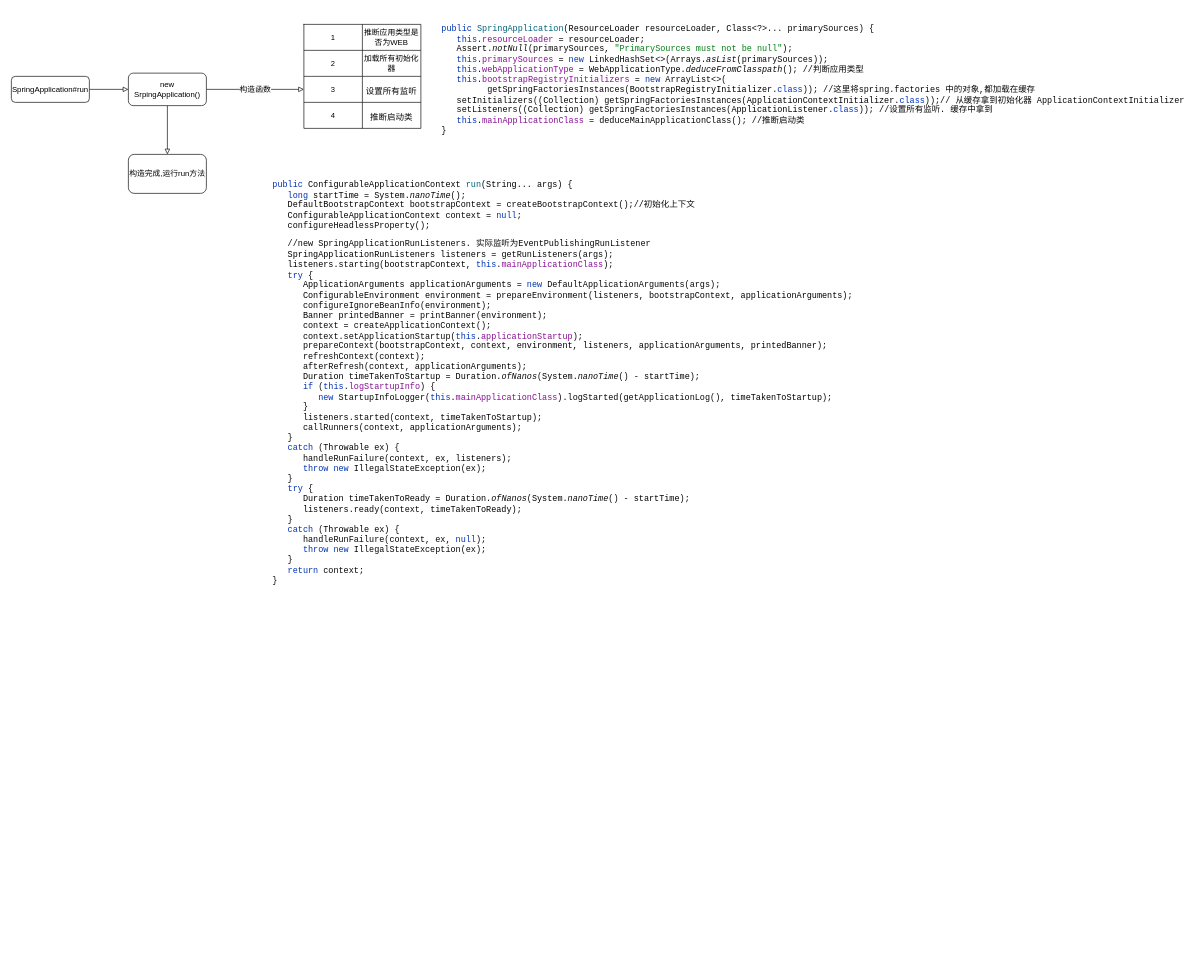
The draw.io diagram spring/spring 初始化流程.drawio in springcloud-boot/perfect-java, before the edit. Source tidied: cells renumbered, new cells numbered last; positions are measured from the earlier drawing's top-left corner, leaving out a move shared by most shapes. Both pictures are drawn from the tidied source at 65%, with x=0, y=0 at pixel (11, 11).
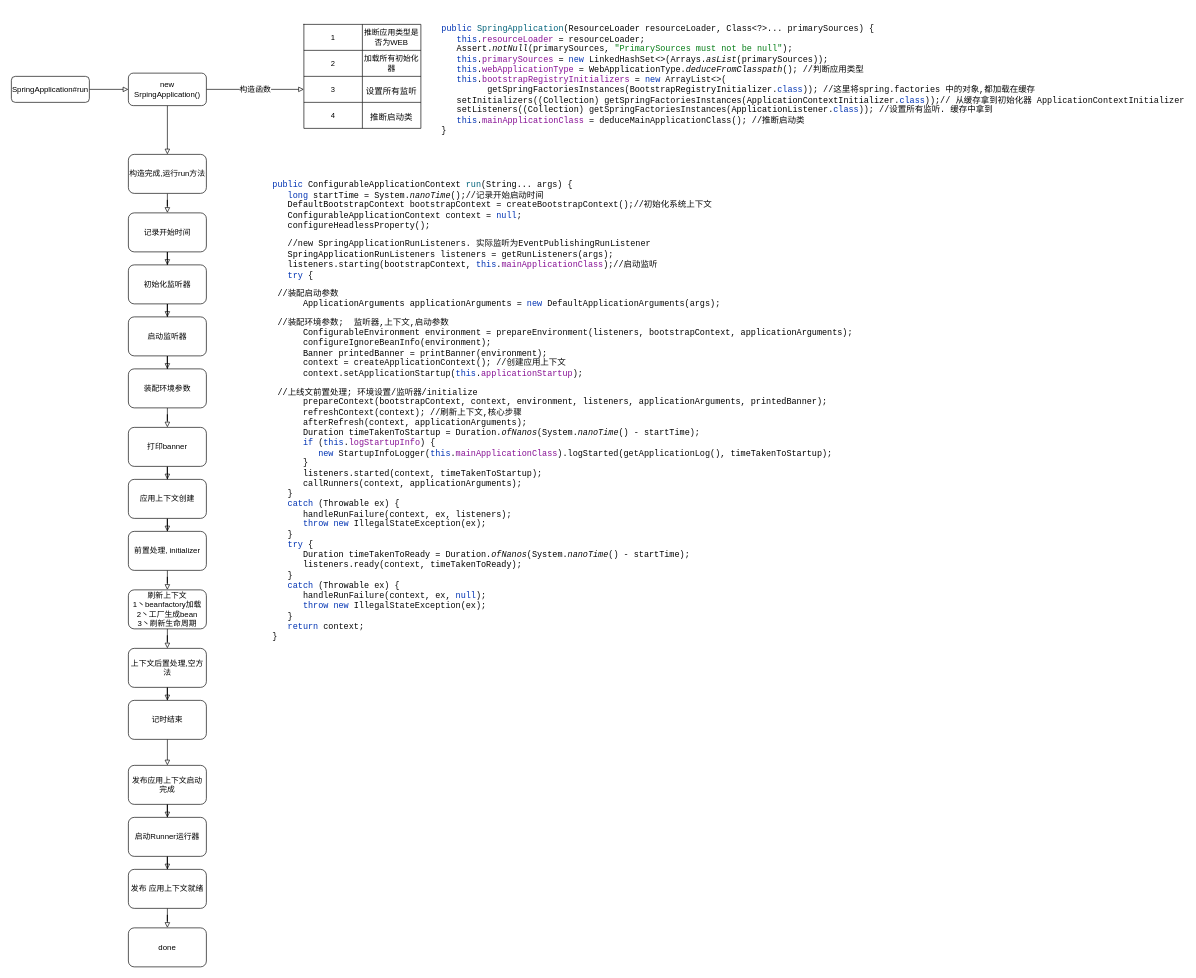
The same page after the edit.

Commit message:
更新spring 初始化流程.drawio

The change refers to these unchanged cells:
```xml
<mxCell id="21" value="构造完成,运行run方法" style="rounded=1;whiteSpace=wrap;html=1;fontFamily=Helvetica;fontSize=12;fontColor=default;strokeColor=default;fillColor=default;" parent="1" vertex="1">
  <mxGeometry x="180" y="220" width="120" height="60" as="geometry" />
</mxCell>
```

Change to the diagram source:
```diff
@@
+    <mxCell id="23" style="edgeStyle=orthogonalEdgeStyle;rounded=0;jettySize=auto;html=1;fontFamily=Helvetica;fontSize=12;fontColor=default;endArrow=block;endFill=0;" parent="1" edge="1" source="21" target="25">
+      <mxGeometry relative="1" as="geometry" />
+    </mxCell>
@@
-    <mxCell id="22" value="&lt;pre style=&quot;background-color:#ffffff;color:#080808;font-family:'JetBrains Mono',monospace;font-size:9.8pt;&quot;&gt;&lt;span style=&quot;color:#0033b3;&quot;&gt;public &lt;/span&gt;&lt;span style=&quot;color:#000000;&quot;&gt;ConfigurableApplicationContext &lt;/span&gt;&lt;span style=&quot;color:#00627a;&quot;&gt;run&lt;/span&gt;(&lt;span style=&quot;color:#000000;&quot;&gt;String&lt;/span&gt;... args) {&lt;br&gt;   &lt;span style=&quot;color:#0033b3;&quot;&gt;long &lt;/span&gt;&lt;span style=&quot;color:#000000;&quot;&gt;startTime &lt;/span&gt;= &lt;span style=&quot;color:#000000;&quot;&gt;System&lt;/span&gt;.&lt;span style=&quot;font-style:italic;&quot;&gt;nanoTime&lt;/span&gt;();&lt;br&gt;   &lt;span style=&quot;color:#000000;&quot;&gt;DefaultBootstrapContext bootstrapContext &lt;/span&gt;= createBootstrapContext();//初始化上下文&lt;br&gt;   &lt;span style=&quot;color:#000000;&quot;&gt;ConfigurableApplicationContext &lt;/span&gt;context = &lt;span style=&quot;color:#0033b3;&quot;&gt;null&lt;/span&gt;;&lt;br&gt;   configureHeadlessProperty();&lt;/pre&gt;&lt;pre style=&quot;background-color:#ffffff;color:#080808;font-family:'JetBrains Mono',monospace;font-size:9.8pt;&quot;&gt;   //new SpringApplicationRunListeners. 实际监听为EventPublishingRunListener&lt;br&gt;   &lt;span style=&quot;color:#000000;&quot;&gt;SpringApplicationRunListeners listeners &lt;/span&gt;= getRunListeners(args);&lt;br&gt;   &lt;span style=&quot;color:#000000;&quot;&gt;listeners&lt;/span&gt;.starting(&lt;span style=&quot;color:#000000;&quot;&gt;bootstrapContext&lt;/span&gt;, &lt;span style=&quot;color:#0033b3;&quot;&gt;this&lt;/span&gt;.&lt;span style=&quot;color:#871094;&quot;&gt;mainApplicationClass&lt;/span&gt;);&lt;br&gt;   &lt;span style=&quot;color:#0033b3;&quot;&gt;try &lt;/span&gt;{&lt;br&gt;      &lt;span style=&quot;color:#000000;&quot;&gt;ApplicationArguments applicationArguments &lt;/span&gt;= &lt;span style=&quot;color:#0033b3;&quot;&gt;new &lt;/span&gt;DefaultApplicationArguments(args);&lt;br&gt;      &lt;span style=&quot;color:#000000;&quot;&gt;ConfigurableEnvironment environment &lt;/span&gt;= prepareEnvironment(&lt;span style=&quot;color:#000000;&quot;&gt;listeners&lt;/span&gt;, &lt;span style=&quot;color:#000000;&quot;&gt;bootstrapContext&lt;/span&gt;, &lt;span style=&quot;color:#000000;&quot;&gt;applicationArguments&lt;/span&gt;);&lt;br&gt;      configureIgnoreBeanInfo(&lt;span style=&quot;color:#000000;&quot;&gt;environment&lt;/span&gt;);&lt;br&gt;      &lt;span style=&quot;color:#000000;&quot;&gt;Banner printedBanner &lt;/span&gt;= printBanner(&lt;span style=&quot;color:#000000;&quot;&gt;environment&lt;/span&gt;);&lt;br&gt;      context = createApplicationContext();&lt;br&gt;      context.setApplicationStartup(&lt;span style=&quot;color:#0033b3;&quot;&gt;this&lt;/span&gt;.&lt;span style=&quot;color:#871094;&quot;&gt;applicationStartup&lt;/span&gt;);&lt;br&gt;      prepareContext(&lt;span style=&quot;color:#000000;&quot;&gt;bootstrapContext&lt;/span&gt;, context, &lt;span style=&quot;color:#000000;&quot;&gt;environment&lt;/span&gt;, &lt;span style=&quot;color:#000000;&quot;&gt;listeners&lt;/span&gt;, &lt;span style=&quot;color:#000000;&quot;&gt;applicationArguments&lt;/span&gt;, &lt;span style=&quot;color:#000000;&quot;&gt;printedBanner&lt;/span&gt;);&lt;br&gt;      refreshContext(context);&lt;br&gt;      afterRefresh(context, &lt;span style=&quot;color:#000000;&quot;&gt;applicationArguments&lt;/span&gt;);&lt;br&gt;      &lt;span style=&quot;color:#000000;&quot;&gt;Duration timeTakenToStartup &lt;/span&gt;= &lt;span style=&quot;color:#000000;&quot;&gt;Duration&lt;/span&gt;.&lt;span style=&quot;font-style:italic;&quot;&gt;ofNanos&lt;/span&gt;(&lt;span style=&quot;color:#000000;&quot;&gt;System&lt;/span&gt;.&lt;span style=&quot;font-style:italic;&quot;&gt;nanoTime&lt;/span&gt;() - &lt;span style=&quot;color:#000000;&quot;&gt;startTime&lt;/span&gt;);&lt;br&gt;      &lt;span style=&quot;color:#0033b3;&quot;&gt;if &lt;/span&gt;(&lt;span style=&quot;color:#0033b3;&quot;&gt;this&lt;/span&gt;.&lt;span style=&quot;color:#871094;&quot;&gt;logStartupInfo&lt;/span&gt;) {&lt;br&gt;         &lt;span style=&quot;color:#0033b3;&quot;&gt;new &lt;/span&gt;StartupInfoLogger(&lt;span style=&quot;color:#0033b3;&quot;&gt;this&lt;/span&gt;.&lt;span style=&quot;color:#871094;&quot;&gt;mainApplicationClass&lt;/span&gt;).logStarted(getApplicationLog(), &lt;span style=&quot;color:#000000;&quot;&gt;timeTakenToStartup&lt;/span&gt;);&lt;br&gt;      }&lt;br&gt;      &lt;span style=&quot;color:#000000;&quot;&gt;listeners&lt;/span&gt;.started(context, &lt;span style=&quot;color:#000000;&quot;&gt;timeTakenToStartup&lt;/span&gt;);&lt;br&gt;      callRunners(context, &lt;span style=&quot;color:#000000;&quot;&gt;applicationArguments&lt;/span&gt;);&lt;br&gt;   }&lt;br&gt;   &lt;span style=&quot;color:#0033b3;&quot;&gt;catch &lt;/span&gt;(&lt;span style=&quot;color:#000000;&quot;&gt;Throwable &lt;/span&gt;ex) {&lt;br&gt;      handleRunFailure(context, ex, &lt;span style=&quot;color:#000000;&quot;&gt;listeners&lt;/span&gt;);&lt;br&gt;      &lt;span style=&quot;color:#0033b3;&quot;&gt;throw new &lt;/span&gt;IllegalStateException(ex);&lt;br&gt;   }&lt;br&gt;   &lt;span style=&quot;color:#0033b3;&quot;&gt;try &lt;/span&gt;{&lt;br&gt;      &lt;span style=&quot;color:#000000;&quot;&gt;Duration timeTakenToReady &lt;/span&gt;= &lt;span style=&quot;color:#000000;&quot;&gt;Duration&lt;/span&gt;.&lt;span style=&quot;font-style:italic;&quot;&gt;ofNanos&lt;/span&gt;(&lt;span style=&quot;color:#000000;&quot;&gt;System&lt;/span&gt;.&lt;span style=&quot;font-style:italic;&quot;&gt;nanoTime&lt;/span&gt;() - &lt;span style=&quot;color:#000000;&quot;&gt;startTime&lt;/span&gt;);&lt;br&gt;      &lt;span style=&quot;color:#000000;&quot;&gt;listeners&lt;/span&gt;.ready(context, &lt;span style=&quot;color:#000000;&quot;&gt;timeTakenToReady&lt;/span&gt;);&lt;br&gt;   }&lt;br&gt;   &lt;span style=&quot;color:#0033b3;&quot;&gt;catch &lt;/span&gt;(&lt;span style=&quot;color:#000000;&quot;&gt;Throwable &lt;/span&gt;ex) {&lt;br&gt;      handleRunFailure(context, ex, &lt;span style=&quot;color:#0033b3;&quot;&gt;null&lt;/span&gt;);&lt;br&gt;      &lt;span style=&quot;color:#0033b3;&quot;&gt;throw new &lt;/span&gt;IllegalStateException(ex);&lt;br&gt;   }&lt;br&gt;   &lt;span style=&quot;color:#0033b3;&quot;&gt;return &lt;/span&gt;context;&lt;br&gt;}&lt;/pre&gt;" style="text;whiteSpace=wrap;html=1;fontSize=12;fontFamily=Helvetica;fontColor=default;" parent="1" vertex="1">
+    <mxCell id="22" value="&lt;pre style=&quot;background-color:#ffffff;color:#080808;font-family:'JetBrains Mono',monospace;font-size:9.8pt;&quot;&gt;&lt;span style=&quot;color:#0033b3;&quot;&gt;public &lt;/span&gt;&lt;span style=&quot;color:#000000;&quot;&gt;ConfigurableApplicationContext &lt;/span&gt;&lt;span style=&quot;color:#00627a;&quot;&gt;run&lt;/span&gt;(&lt;span style=&quot;color:#000000;&quot;&gt;String&lt;/span&gt;... args) {&lt;br&gt;   &lt;span style=&quot;color:#0033b3;&quot;&gt;long &lt;/span&gt;&lt;span style=&quot;color:#000000;&quot;&gt;startTime &lt;/span&gt;= &lt;span style=&quot;color:#000000;&quot;&gt;System&lt;/span&gt;.&lt;span style=&quot;font-style:italic;&quot;&gt;nanoTime&lt;/span&gt;();//记录开始启动时间&lt;br&gt;   &lt;span style=&quot;color:#000000;&quot;&gt;DefaultBootstrapContext bootstrapContext &lt;/span&gt;= createBootstrapContext();//初始化系统上下文&lt;br&gt;   &lt;span style=&quot;color:#000000;&quot;&gt;ConfigurableApplicationContext &lt;/span&gt;context = &lt;span style=&quot;color:#0033b3;&quot;&gt;null&lt;/span&gt;;&lt;br&gt;   configureHeadlessProperty();&lt;/pre&gt;&lt;pre style=&quot;background-color:#ffffff;color:#080808;font-family:'JetBrains Mono',monospace;font-size:9.8pt;&quot;&gt;   //new SpringApplicationRunListeners. 实际监听为EventPublishingRunListener&lt;br&gt;   &lt;span style=&quot;color:#000000;&quot;&gt;SpringApplicationRunListeners listeners &lt;/span&gt;= getRunListeners(args);&lt;br&gt;   &lt;span style=&quot;color:#000000;&quot;&gt;listeners&lt;/span&gt;.starting(&lt;span style=&quot;color:#000000;&quot;&gt;bootstrapContext&lt;/span&gt;, &lt;span style=&quot;color:#0033b3;&quot;&gt;this&lt;/span&gt;.&lt;span style=&quot;color:#871094;&quot;&gt;mainApplicationClass&lt;/span&gt;);//启动监听&lt;br&gt;   &lt;span style=&quot;color:#0033b3;&quot;&gt;try &lt;/span&gt;{&lt;/pre&gt;&lt;pre style=&quot;background-color:#ffffff;color:#080808;font-family:'JetBrains Mono',monospace;font-size:9.8pt;&quot;&gt;&lt;span style=&quot;white-space: pre;&quot;&gt; &lt;/span&gt;//装配启动参数&lt;br&gt;      &lt;span style=&quot;color:#000000;&quot;&gt;ApplicationArguments applicationArguments &lt;/span&gt;= &lt;span style=&quot;color:#0033b3;&quot;&gt;new &lt;/span&gt;DefaultApplicationArguments(args);&lt;/pre&gt;&lt;pre style=&quot;background-color:#ffffff;color:#080808;font-family:'JetBrains Mono',monospace;font-size:9.8pt;&quot;&gt;&lt;span style=&quot;white-space: pre;&quot;&gt; &lt;/span&gt;//装配环境参数;  监听器,上下文,启动参数&lt;br&gt;      &lt;span style=&quot;color:#000000;&quot;&gt;ConfigurableEnvironment environment &lt;/span&gt;= prepareEnvironment(&lt;span style=&quot;color:#000000;&quot;&gt;listeners&lt;/span&gt;, &lt;span style=&quot;color:#000000;&quot;&gt;bootstrapContext&lt;/span&gt;, &lt;span style=&quot;color:#000000;&quot;&gt;applicationArguments&lt;/span&gt;);&lt;br&gt;      configureIgnoreBeanInfo(&lt;span style=&quot;color:#000000;&quot;&gt;environment&lt;/span&gt;);&lt;br&gt;      &lt;span style=&quot;color:#000000;&quot;&gt;Banner printedBanner &lt;/span&gt;= printBanner(&lt;span style=&quot;color:#000000;&quot;&gt;environment&lt;/span&gt;);&lt;br&gt;      context = createApplicationContext(); //创建应用上下文&lt;br&gt;      context.setApplicationStartup(&lt;span style=&quot;color:#0033b3;&quot;&gt;this&lt;/span&gt;.&lt;span style=&quot;color:#871094;&quot;&gt;applicationStartup&lt;/span&gt;);&lt;/pre&gt;&lt;pre style=&quot;background-color:#ffffff;color:#080808;font-family:'JetBrains Mono',monospace;font-size:9.8pt;&quot;&gt;&lt;span style=&quot;white-space: pre;&quot;&gt; &lt;/span&gt;//上线文前置处理; 环境设置/监听器/initialize&lt;br&gt;      prepareContext(&lt;span style=&quot;color:#000000;&quot;&gt;bootstrapContext&lt;/span&gt;, context, &lt;span style=&quot;color:#000000;&quot;&gt;environment&lt;/span&gt;, &lt;span style=&quot;color:#000000;&quot;&gt;listeners&lt;/span&gt;, &lt;span style=&quot;color:#000000;&quot;&gt;applicationArguments&lt;/span&gt;, &lt;span style=&quot;color:#000000;&quot;&gt;printedBanner&lt;/span&gt;);&lt;br&gt;      refreshContext(context); //刷新上下文,核心步骤&lt;br&gt;      afterRefresh(context, &lt;span style=&quot;color:#000000;&quot;&gt;applicationArguments&lt;/span&gt;);&lt;br&gt;      &lt;span style=&quot;color:#000000;&quot;&gt;Duration timeTakenToStartup &lt;/span&gt;= &lt;span style=&quot;color:#000000;&quot;&gt;Duration&lt;/span&gt;.&lt;span style=&quot;font-style:italic;&quot;&gt;ofNanos&lt;/span&gt;(&lt;span style=&quot;color:#000000;&quot;&gt;System&lt;/span&gt;.&lt;span style=&quot;font-style:italic;&quot;&gt;nanoTime&lt;/span&gt;() - &lt;span style=&quot;color:#000000;&quot;&gt;startTime&lt;/span&gt;);&lt;br&gt;      &lt;span style=&quot;color:#0033b3;&quot;&gt;if &lt;/span&gt;(&lt;span style=&quot;color:#0033b3;&quot;&gt;this&lt;/span&gt;.&lt;span style=&quot;color:#871094;&quot;&gt;logStartupInfo&lt;/span&gt;) {&lt;br&gt;         &lt;span style=&quot;color:#0033b3;&quot;&gt;new &lt;/span&gt;StartupInfoLogger(&lt;span style=&quot;color:#0033b3;&quot;&gt;this&lt;/span&gt;.&lt;span style=&quot;color:#871094;&quot;&gt;mainApplicationClass&lt;/span&gt;).logStarted(getApplicationLog(), &lt;span style=&quot;color:#000000;&quot;&gt;timeTakenToStartup&lt;/span&gt;);&lt;br&gt;      }&lt;br&gt;      &lt;span style=&quot;color:#000000;&quot;&gt;listeners&lt;/span&gt;.started(context, &lt;span style=&quot;color:#000000;&quot;&gt;timeTakenToStartup&lt;/span&gt;);&lt;br&gt;      callRunners(context, &lt;span style=&quot;color:#000000;&quot;&gt;applicationArguments&lt;/span&gt;);&lt;br&gt;   }&lt;br&gt;   &lt;span style=&quot;color:#0033b3;&quot;&gt;catch &lt;/span&gt;(&lt;span style=&quot;color:#000000;&quot;&gt;Throwable &lt;/span&gt;ex) {&lt;br&gt;      handleRunFailure(context, ex, &lt;span style=&quot;color:#000000;&quot;&gt;listeners&lt;/span&gt;);&lt;br&gt;      &lt;span style=&quot;color:#0033b3;&quot;&gt;throw new &lt;/span&gt;IllegalStateException(ex);&lt;br&gt;   }&lt;br&gt;   &lt;span style=&quot;color:#0033b3;&quot;&gt;try &lt;/span&gt;{&lt;br&gt;      &lt;span style=&quot;color:#000000;&quot;&gt;Duration timeTakenToReady &lt;/span&gt;= &lt;span style=&quot;color:#000000;&quot;&gt;Duration&lt;/span&gt;.&lt;span style=&quot;font-style:italic;&quot;&gt;ofNanos&lt;/span&gt;(&lt;span style=&quot;color:#000000;&quot;&gt;System&lt;/span&gt;.&lt;span style=&quot;font-style:italic;&quot;&gt;nanoTime&lt;/span&gt;() - &lt;span style=&quot;color:#000000;&quot;&gt;startTime&lt;/span&gt;);&lt;br&gt;      &lt;span style=&quot;color:#000000;&quot;&gt;listeners&lt;/span&gt;.ready(context, &lt;span style=&quot;color:#000000;&quot;&gt;timeTakenToReady&lt;/span&gt;);&lt;br&gt;   }&lt;br&gt;   &lt;span style=&quot;color:#0033b3;&quot;&gt;catch &lt;/span&gt;(&lt;span style=&quot;color:#000000;&quot;&gt;Throwable &lt;/span&gt;ex) {&lt;br&gt;      handleRunFailure(context, ex, &lt;span style=&quot;color:#0033b3;&quot;&gt;null&lt;/span&gt;);&lt;br&gt;      &lt;span style=&quot;color:#0033b3;&quot;&gt;throw new &lt;/span&gt;IllegalStateException(ex);&lt;br&gt;   }&lt;br&gt;   &lt;span style=&quot;color:#0033b3;&quot;&gt;return &lt;/span&gt;context;&lt;br&gt;}&lt;/pre&gt;" style="text;whiteSpace=wrap;html=1;fontSize=12;fontFamily=Helvetica;fontColor=default;" parent="1" vertex="1">
       <mxGeometry x="400" y="240" width="560" height="650" as="geometry" />
     </mxCell>
+    <mxCell id="24" style="edgeStyle=orthogonalEdgeStyle;rounded=0;jettySize=auto;html=1;fontFamily=Helvetica;fontSize=12;fontColor=default;endArrow=block;endFill=0;" parent="1" edge="1" source="25" target="27">
+      <mxGeometry relative="1" as="geometry" />
+    </mxCell>
+    <mxCell id="25" value="记录开始时间" style="rounded=1;whiteSpace=wrap;html=1;fontFamily=Helvetica;fontSize=12;fontColor=default;strokeColor=default;fillColor=default;" parent="1" vertex="1">
+      <mxGeometry x="180" y="310" width="120" height="60" as="geometry" />
+    </mxCell>
+    <mxCell id="26" style="edgeStyle=orthogonalEdgeStyle;rounded=0;jettySize=auto;html=1;fontFamily=Helvetica;fontSize=12;fontColor=default;endArrow=block;endFill=0;" parent="1" edge="1" source="27" target="29">
+      <mxGeometry relative="1" as="geometry" />
+    </mxCell>
+    <mxCell id="27" value="初始化监听器" style="rounded=1;whiteSpace=wrap;html=1;fontFamily=Helvetica;fontSize=12;fontColor=default;strokeColor=default;fillColor=default;" parent="1" vertex="1">
+      <mxGeometry x="180" y="390" width="120" height="60" as="geometry" />
+    </mxCell>
+    <mxCell id="28" style="edgeStyle=orthogonalEdgeStyle;rounded=0;jettySize=auto;html=1;fontFamily=Helvetica;fontSize=12;fontColor=default;endArrow=block;endFill=0;" parent="1" edge="1" source="29" target="31">
+      <mxGeometry relative="1" as="geometry" />
+    </mxCell>
+    <mxCell id="29" value="启动监听器" style="rounded=1;whiteSpace=wrap;html=1;fontFamily=Helvetica;fontSize=12;fontColor=default;strokeColor=default;fillColor=default;" parent="1" vertex="1">
+      <mxGeometry x="180" y="470" width="120" height="60" as="geometry" />
+    </mxCell>
+    <mxCell id="30" style="edgeStyle=orthogonalEdgeStyle;rounded=0;jettySize=auto;html=1;fontFamily=Helvetica;fontSize=12;fontColor=default;endArrow=block;endFill=0;" parent="1" edge="1" source="31" target="33">
+      <mxGeometry relative="1" as="geometry" />
+    </mxCell>
+    <mxCell id="31" value="装配环境参数" style="rounded=1;whiteSpace=wrap;html=1;fontFamily=Helvetica;fontSize=12;fontColor=default;strokeColor=default;fillColor=default;" parent="1" vertex="1">
+      <mxGeometry x="180" y="550" width="120" height="60" as="geometry" />
+    </mxCell>
+    <mxCell id="32" style="edgeStyle=orthogonalEdgeStyle;rounded=0;jettySize=auto;html=1;fontFamily=Helvetica;fontSize=12;fontColor=default;endArrow=block;endFill=0;" parent="1" edge="1" source="33" target="35">
+      <mxGeometry relative="1" as="geometry" />
+    </mxCell>
+    <mxCell id="33" value="打印banner" style="rounded=1;whiteSpace=wrap;html=1;fontFamily=Helvetica;fontSize=12;fontColor=default;strokeColor=default;fillColor=default;" parent="1" vertex="1">
+      <mxGeometry x="180" y="640" width="120" height="60" as="geometry" />
+    </mxCell>
+    <mxCell id="34" style="edgeStyle=orthogonalEdgeStyle;rounded=0;jettySize=auto;html=1;fontFamily=Helvetica;fontSize=12;fontColor=default;endArrow=block;endFill=0;" parent="1" edge="1" source="35" target="37">
+      <mxGeometry relative="1" as="geometry" />
+    </mxCell>
+    <mxCell id="35" value="应用上下文创建" style="rounded=1;whiteSpace=wrap;html=1;fontFamily=Helvetica;fontSize=12;fontColor=default;strokeColor=default;fillColor=default;" parent="1" vertex="1">
+      <mxGeometry x="180" y="720" width="120" height="60" as="geometry" />
+    </mxCell>
+    <mxCell id="36" style="edgeStyle=orthogonalEdgeStyle;rounded=0;jettySize=auto;html=1;fontFamily=Helvetica;fontSize=12;fontColor=default;endArrow=block;endFill=0;" parent="1" edge="1" source="37" target="39">
+      <mxGeometry relative="1" as="geometry" />
+    </mxCell>
+    <mxCell id="37" value="前置处理, initializer" style="rounded=1;whiteSpace=wrap;html=1;fontFamily=Helvetica;fontSize=12;fontColor=default;strokeColor=default;fillColor=default;" parent="1" vertex="1">
+      <mxGeometry x="180" y="800" width="120" height="60" as="geometry" />
+    </mxCell>
+    <mxCell id="38" style="edgeStyle=orthogonalEdgeStyle;rounded=0;jettySize=auto;html=1;fontFamily=Helvetica;fontSize=12;fontColor=default;endArrow=block;endFill=0;" parent="1" edge="1" source="39" target="41">
+      <mxGeometry relative="1" as="geometry" />
+    </mxCell>
+    <mxCell id="39" value="刷新上下文&lt;br&gt;1丶beanfactory加载&lt;br&gt;2丶工厂生成bean&lt;br&gt;3丶刷新生命周期" style="rounded=1;whiteSpace=wrap;html=1;fontFamily=Helvetica;fontSize=12;fontColor=default;strokeColor=default;fillColor=default;" parent="1" vertex="1">
+      <mxGeometry x="180" y="890" width="120" height="60" as="geometry" />
+    </mxCell>
+    <mxCell id="40" style="edgeStyle=orthogonalEdgeStyle;rounded=0;jettySize=auto;html=1;fontFamily=Helvetica;fontSize=12;fontColor=default;endArrow=block;endFill=0;" parent="1" edge="1" source="41" target="43">
+      <mxGeometry relative="1" as="geometry" />
+    </mxCell>
+    <mxCell id="41" value="上下文后置处理,空方法" style="rounded=1;whiteSpace=wrap;html=1;fontFamily=Helvetica;fontSize=12;fontColor=default;strokeColor=default;fillColor=default;" parent="1" vertex="1">
+      <mxGeometry x="180" y="980" width="120" height="60" as="geometry" />
+    </mxCell>
+    <mxCell id="42" style="edgeStyle=orthogonalEdgeStyle;rounded=0;jettySize=auto;html=1;fontFamily=Helvetica;fontSize=12;fontColor=default;endArrow=block;endFill=0;" parent="1" edge="1" source="43" target="45">
+      <mxGeometry relative="1" as="geometry" />
+    </mxCell>
+    <mxCell id="43" value="记时结束" style="rounded=1;whiteSpace=wrap;html=1;fontFamily=Helvetica;fontSize=12;fontColor=default;strokeColor=default;fillColor=default;" parent="1" vertex="1">
+      <mxGeometry x="180" y="1060" width="120" height="60" as="geometry" />
+    </mxCell>
+    <mxCell id="44" style="edgeStyle=orthogonalEdgeStyle;rounded=0;jettySize=auto;html=1;fontFamily=Helvetica;fontSize=12;fontColor=default;endArrow=block;endFill=0;" parent="1" edge="1" source="45" target="47">
+      <mxGeometry relative="1" as="geometry" />
+    </mxCell>
+    <mxCell id="45" value="发布应用上下文启动完成" style="rounded=1;whiteSpace=wrap;html=1;fontFamily=Helvetica;fontSize=12;fontColor=default;strokeColor=default;fillColor=default;" parent="1" vertex="1">
+      <mxGeometry x="180" y="1160" width="120" height="60" as="geometry" />
+    </mxCell>
+    <mxCell id="46" style="edgeStyle=orthogonalEdgeStyle;rounded=0;jettySize=auto;html=1;fontFamily=Helvetica;fontSize=12;fontColor=default;endArrow=block;endFill=0;" parent="1" edge="1" source="47" target="49">
+      <mxGeometry relative="1" as="geometry" />
+    </mxCell>
+    <mxCell id="47" value="启动Runner运行器" style="rounded=1;whiteSpace=wrap;html=1;fontFamily=Helvetica;fontSize=12;fontColor=default;strokeColor=default;fillColor=default;" parent="1" vertex="1">
+      <mxGeometry x="180" y="1240" width="120" height="60" as="geometry" />
+    </mxCell>
+    <mxCell id="48" style="edgeStyle=orthogonalEdgeStyle;rounded=0;jettySize=auto;html=1;fontFamily=Helvetica;fontSize=12;fontColor=default;endArrow=block;endFill=0;" parent="1" edge="1" source="49" target="50">
+      <mxGeometry relative="1" as="geometry" />
+    </mxCell>
+    <mxCell id="49" value="发布 应用上下文就绪" style="rounded=1;whiteSpace=wrap;html=1;fontFamily=Helvetica;fontSize=12;fontColor=default;strokeColor=default;fillColor=default;" parent="1" vertex="1">
+      <mxGeometry x="180" y="1320" width="120" height="60" as="geometry" />
+    </mxCell>
+    <mxCell id="50" value="done" style="rounded=1;whiteSpace=wrap;html=1;fontFamily=Helvetica;fontSize=12;fontColor=default;strokeColor=default;fillColor=default;" parent="1" vertex="1">
+      <mxGeometry x="180" y="1410" width="120" height="60" as="geometry" />
+    </mxCell>
```
